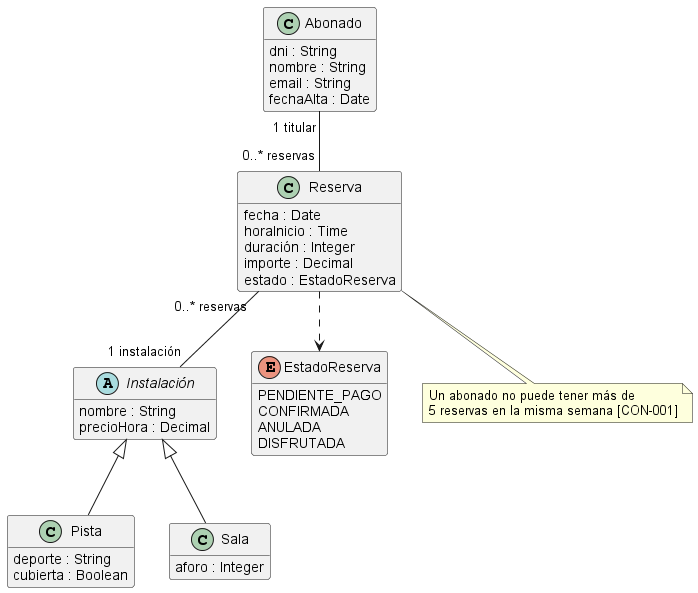
Above: archetypes/en_us/projects/sample-sports-center/assets/diagrama-clases.png in proteus-University-of-Seville/profile-madeja (PlantUML), before the change.
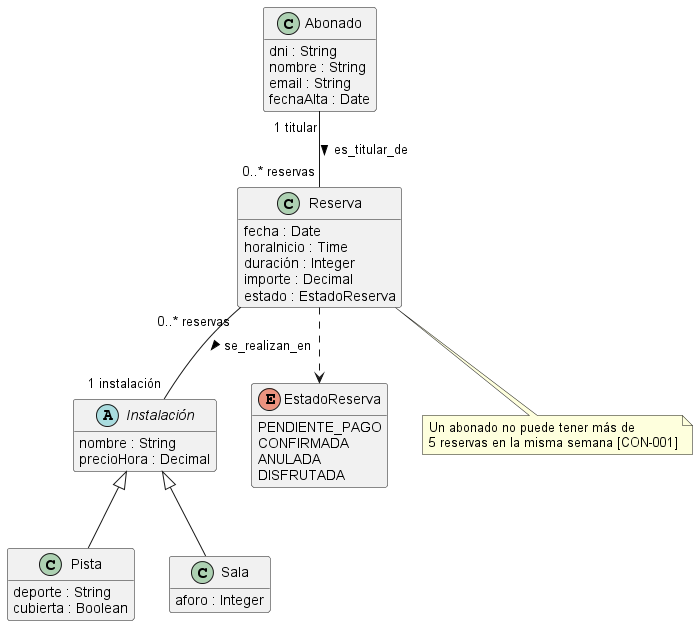
The same file after the commit.

The edit, as a diff of the source:
```diff
@@ -33,8 +33,8 @@
 }
 Instalación <|-- Pista
 Instalación <|-- Sala
-Abonado "1 titular" -- "0..* reservas" Reserva
-Reserva "0..* reservas" -- "1 instalación" Instalación
+Abonado "1 titular" -- "0..* reservas" Reserva : es_titular_de >
+Reserva "0..* reservas" -- "1 instalación" Instalación : se_realizan_en >
 Reserva ..> EstadoReserva
 note bottom of Reserva
   Un abonado no puede tener más de
```
